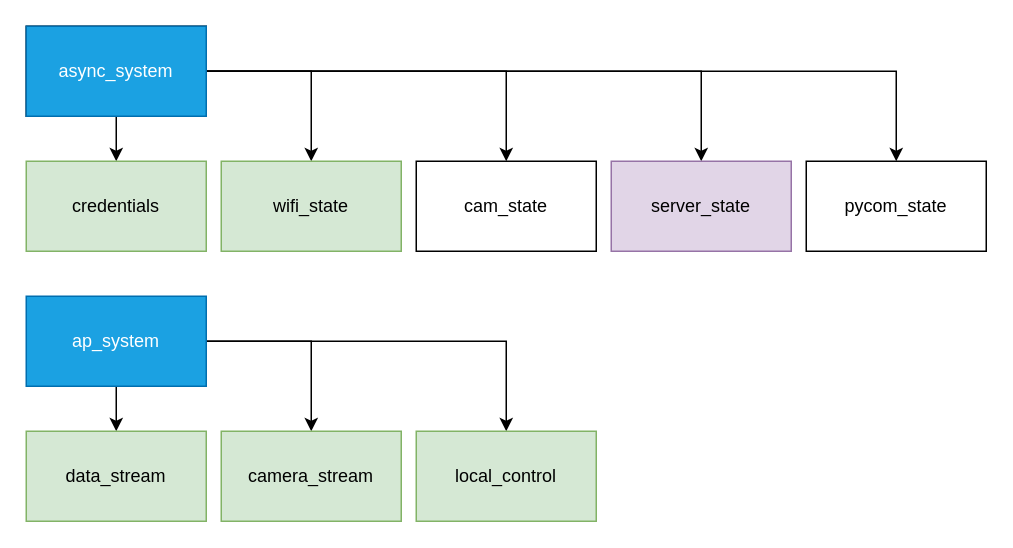
Earlier version of the draw.io diagram design_files/asmon2021.drawio (marsex/workbench). Source tidied: cells renumbered, new cells numbered last; positions are measured from the earlier drawing's top-left corner, leaving out a move shared by most shapes. Both pictures are drawn from the tidied source at 150%, with x=0, y=0 at pixel (26, 26).
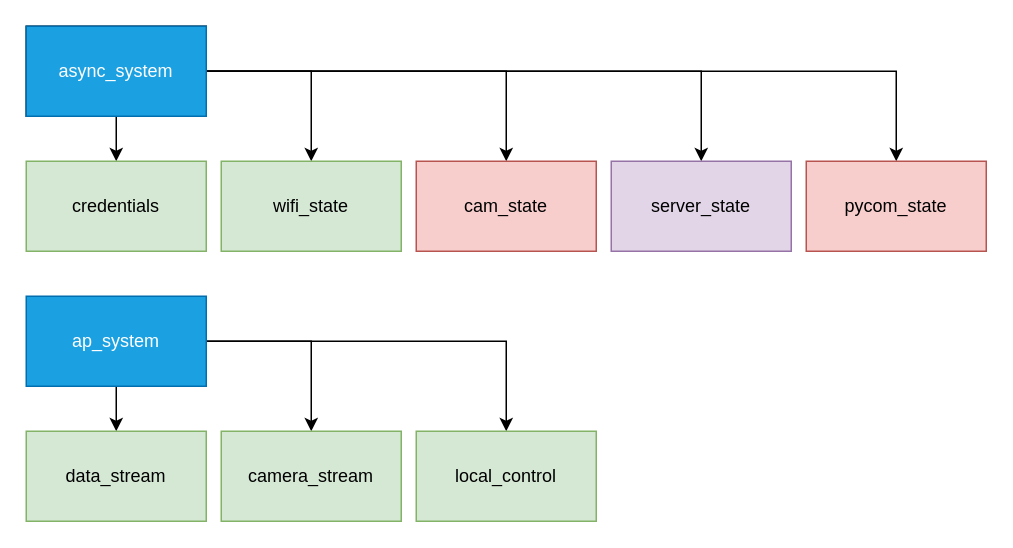
The same diagram, later.

Diff of the diagram source:
```diff
@@
-    <mxCell id="13" value="cam_state" style="rounded=0;whiteSpace=wrap;html=1;" parent="1" vertex="1">
+    <mxCell id="13" value="cam_state" style="rounded=0;whiteSpace=wrap;html=1;fillColor=#f8cecc;strokeColor=#b85450;" parent="1" vertex="1">
       <mxGeometry x="260" y="90" width="120" height="60" as="geometry" />
     </mxCell>
@@
-    <mxCell id="20" value="pycom_state" style="rounded=0;whiteSpace=wrap;html=1;" parent="1" vertex="1">
+    <mxCell id="20" value="pycom_state" style="rounded=0;whiteSpace=wrap;html=1;fillColor=#f8cecc;strokeColor=#b85450;" parent="1" vertex="1">
       <mxGeometry x="520" y="90" width="120" height="60" as="geometry" />
     </mxCell>
```
